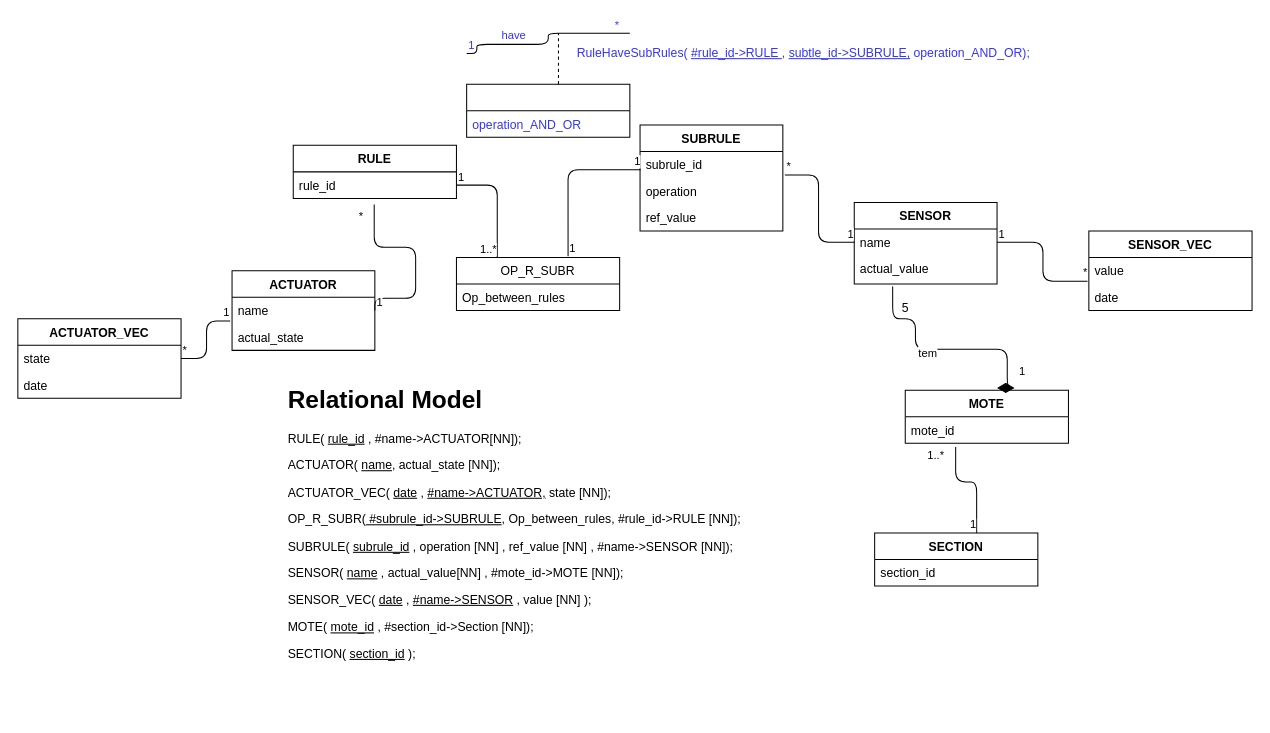
Automation-yatata/Industry4.0-PizzaPlace keeps this draw.io diagram as squematics/DB.drawio. Above is the earlier version. Source tidied: cells renumbered, new cells numbered last; positions are measured from the earlier drawing's top-left corner, leaving out a move shared by most shapes. Both pictures are drawn from the tidied source at 102%, with x=0, y=0 at pixel (17, 33).
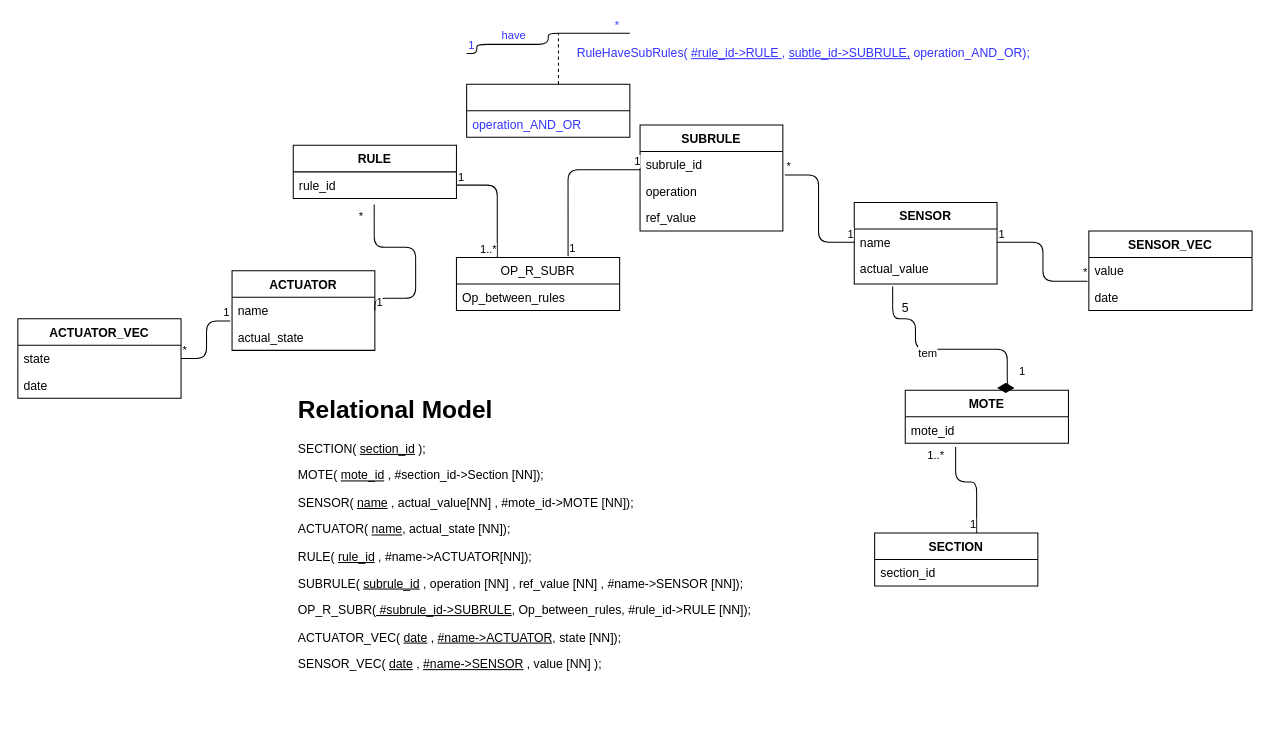
After the change.

Diff of the diagram source:
```diff
@@
-    <mxCell id="36" value="&lt;h1&gt;Relational Model&lt;/h1&gt;&lt;p&gt;RULE( &lt;u&gt;rule_id&lt;/u&gt; , #name-&amp;gt;ACTUATOR[NN]);&lt;/p&gt;&lt;p&gt;ACTUATOR( &lt;u&gt;name&lt;/u&gt;, actual_state [NN]);&lt;/p&gt;&lt;p&gt;ACTUATOR_VEC( &lt;u&gt;date&lt;/u&gt;&amp;nbsp;,&amp;nbsp;&lt;u&gt;#name-&amp;gt;ACTUATOR,&lt;/u&gt;&amp;nbsp;state [NN]);&lt;/p&gt;&lt;p&gt;OP_R_SUBR(&lt;u&gt; #subrule_id-&amp;gt;SUBRULE&lt;/u&gt;, Op_between_rules, #rule_id-&amp;gt;RULE [NN]);&lt;/p&gt;&lt;p&gt;SUBRULE( &lt;u&gt;subrule_id&lt;/u&gt;&amp;nbsp;, operation [NN] , ref_value [NN] , #name-&amp;gt;SENSOR [NN]);&lt;/p&gt;&lt;p&gt;SENSOR( &lt;u&gt;name&lt;/u&gt;&amp;nbsp;, actual_value[NN] , #mote_id-&amp;gt;MOTE [NN]);&lt;/p&gt;&lt;p&gt;SENSOR_VEC( &lt;u&gt;date&lt;/u&gt;&amp;nbsp;,&amp;nbsp;&lt;u&gt;#name-&amp;gt;SENSOR&lt;/u&gt;&amp;nbsp;, value [NN] );&lt;/p&gt;&lt;p&gt;MOTE( &lt;u&gt;mote_id&lt;/u&gt;&amp;nbsp;, #section_id-&amp;gt;Section [NN]);&lt;/p&gt;&lt;p&gt;SECTION( &lt;u&gt;section_id&lt;/u&gt;&amp;nbsp;);&amp;nbsp;&lt;/p&gt;&lt;p&gt;&lt;br&gt;&lt;/p&gt;" style="text;html=1;strokeColor=none;fillColor=none;spacing=5;spacingTop=-20;whiteSpace=wrap;overflow=hidden;rounded=0;" parent="1" vertex="1">
-      <mxGeometry x="260" y="340" width="500" height="320" as="geometry" />
+    <mxCell id="36" value="&lt;h1&gt;Relational Model&lt;/h1&gt;&lt;p&gt;SECTION(&amp;nbsp;&lt;u&gt;section_id&lt;/u&gt;&amp;nbsp;);&amp;nbsp;&lt;br&gt;&lt;/p&gt;&lt;p&gt;MOTE(&amp;nbsp;&lt;u&gt;mote_id&lt;/u&gt;&amp;nbsp;, #section_id-&amp;gt;Section [NN]);&lt;br&gt;&lt;/p&gt;&lt;p&gt;SENSOR(&amp;nbsp;&lt;u&gt;name&lt;/u&gt;&amp;nbsp;, actual_value[NN] , #mote_id-&amp;gt;MOTE [NN]);&lt;br&gt;&lt;/p&gt;&lt;p&gt;ACTUATOR(&amp;nbsp;&lt;u&gt;name&lt;/u&gt;, actual_state [NN]);&lt;/p&gt;&lt;p&gt;RULE( &lt;u&gt;rule_id&lt;/u&gt; , #name-&amp;gt;ACTUATOR[NN]);&lt;/p&gt;&lt;p&gt;&lt;span&gt;SUBRULE(&amp;nbsp;&lt;/span&gt;&lt;u&gt;subrule_id&lt;/u&gt;&lt;span&gt;&amp;nbsp;, operation [NN] , ref_value [NN] , #name-&amp;gt;SENSOR [NN]);&lt;/span&gt;&lt;br&gt;&lt;/p&gt;&lt;p&gt;OP_R_SUBR(&lt;u&gt;&amp;nbsp;#subrule_id-&amp;gt;SUBRULE&lt;/u&gt;, Op_between_rules, #rule_id-&amp;gt;RULE [NN]);&lt;/p&gt;&lt;div&gt;&lt;span&gt;ACTUATOR_VEC( &lt;/span&gt;&lt;u&gt;date&lt;/u&gt;&lt;span&gt;&amp;nbsp;,&amp;nbsp;&lt;/span&gt;&lt;u&gt;#name-&amp;gt;ACTUATOR,&lt;/u&gt;&lt;span&gt;&amp;nbsp;state [NN]);&lt;/span&gt;&lt;br&gt;&lt;/div&gt;&lt;p&gt;&lt;span&gt;SENSOR_VEC( &lt;/span&gt;&lt;u&gt;date&lt;/u&gt;&lt;span&gt;&amp;nbsp;,&amp;nbsp;&lt;/span&gt;&lt;u&gt;#name-&amp;gt;SENSOR&lt;/u&gt;&lt;span&gt;&amp;nbsp;, value [NN] );&lt;/span&gt;&lt;/p&gt;" style="text;html=1;strokeColor=none;fillColor=none;spacing=5;spacingTop=-20;whiteSpace=wrap;overflow=hidden;rounded=0;" parent="1" vertex="1">
+      <mxGeometry x="270" y="350" width="500" height="320" as="geometry" />
     </mxCell>
```
